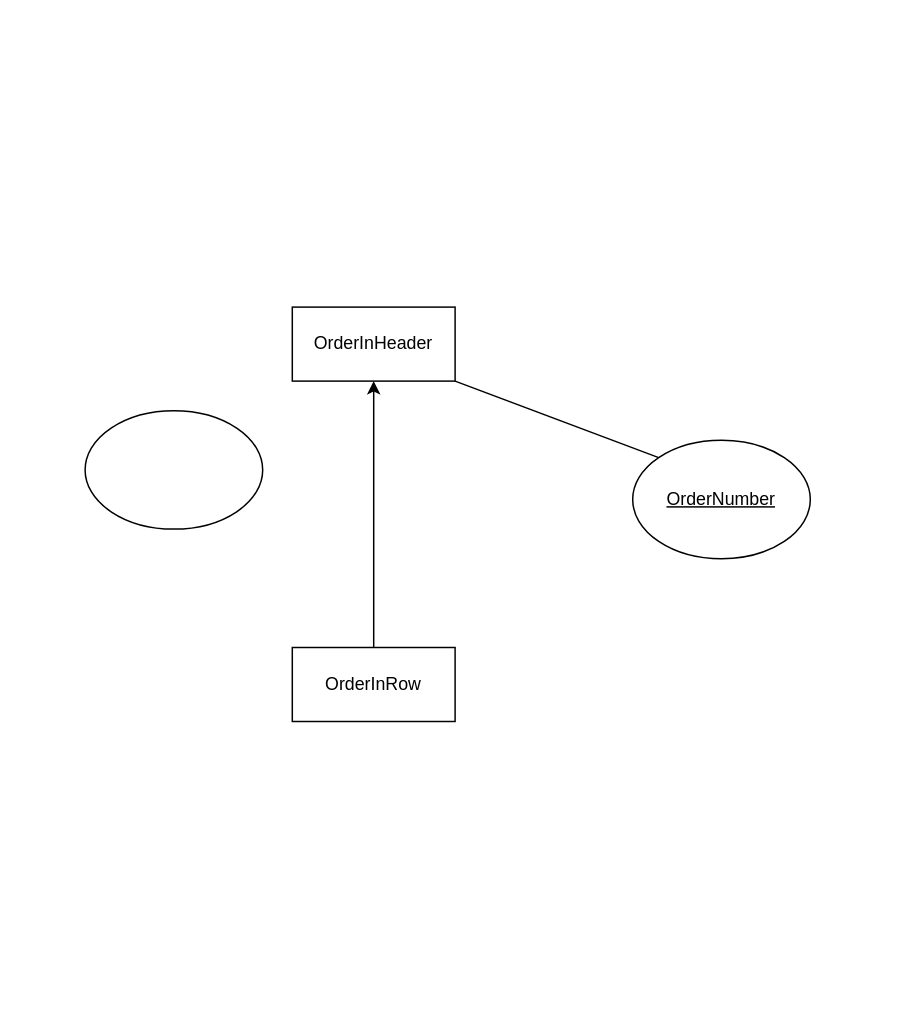
This is Megnevezetlen diagram.drawio from Fabbernat/-ARCHIVE-Adatbazis_projektmunka_scratch, a draw.io file, before an edit. Source tidied: cells renumbered, new cells numbered last; positions are measured from the earlier drawing's top-left corner, leaving out a move shared by most shapes. Both pictures are drawn from the tidied source at 148%, with x=0, y=0 at pixel (84, 306).
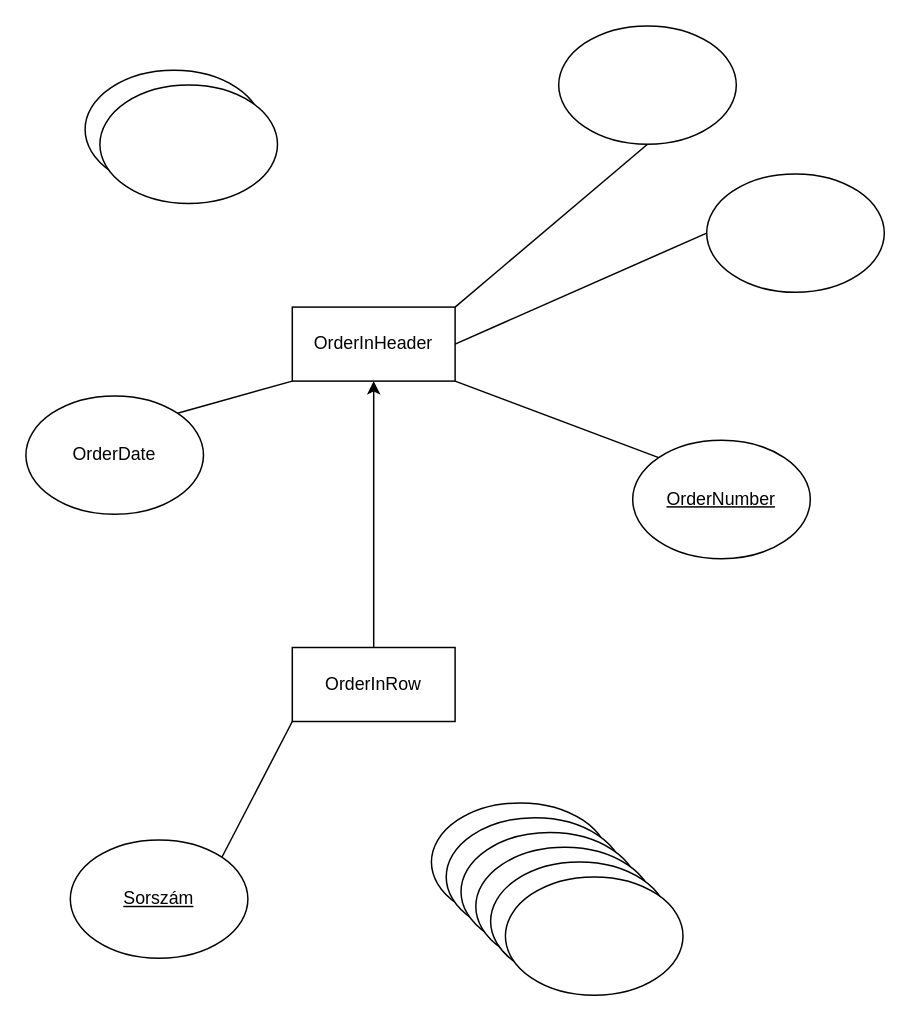
The same page after the edit.

Unchanged cells that the change refers to:
```xml
<mxCell id="2" value="OrderInHeader" style="html=1;whiteSpace=wrap;" parent="1" vertex="1">
  <mxGeometry x="140" width="110" height="50" as="geometry" />
</mxCell>
<mxCell id="3" value="OrderInRow" style="html=1;whiteSpace=wrap;" parent="1" vertex="1">
  <mxGeometry x="140" y="230" width="110" height="50" as="geometry" />
</mxCell>
```

Diff of the diagram source:
```diff
@@
-    <mxCell id="6" style="ellipse;whiteSpace=wrap;html=1;" parent="1" vertex="1">
-      <mxGeometry y="70" width="120" height="80" as="geometry" />
+    <mxCell id="6" value="OrderDate" style="ellipse;whiteSpace=wrap;html=1;" parent="1" vertex="1">
+      <mxGeometry x="-40" y="60" width="120" height="80" as="geometry" />
     </mxCell>
@@
+    <mxCell id="8" style="endArrow=none;html=1;rounded=0;exitX=1;exitY=0;exitDx=0;exitDy=0;entryX=0;entryY=1;entryDx=0;entryDy=0;" parent="1" edge="1" source="6" target="2">
+      <mxGeometry relative="1" as="geometry" />
+    </mxCell>
+    <mxCell id="9" value="&lt;u&gt;Sorszám&lt;/u&gt;" style="ellipse;whiteSpace=wrap;html=1;" parent="1" vertex="1">
+      <mxGeometry x="-10" y="360" width="120" height="80" as="geometry" />
+    </mxCell>
+    <mxCell id="10" style="endArrow=none;html=1;rounded=0;exitX=1;exitY=0;exitDx=0;exitDy=0;entryX=0.5;entryY=1;entryDx=0;entryDy=0;" parent="1" edge="1" source="2" target="22">
+      <mxGeometry relative="1" as="geometry" />
+    </mxCell>
+    <mxCell id="11" style="endArrow=none;html=1;rounded=0;exitX=1;exitY=0.5;exitDx=0;exitDy=0;entryX=0;entryY=0.5;entryDx=0;entryDy=0;" parent="1" edge="1" source="2" target="21">
+      <mxGeometry relative="1" as="geometry" />
+    </mxCell>
+    <mxCell id="12" style="endArrow=none;html=1;rounded=0;exitX=1;exitY=0;exitDx=0;exitDy=0;entryX=0;entryY=1;entryDx=0;entryDy=0;" parent="1" edge="1" source="9" target="3">
+      <mxGeometry relative="1" as="geometry" />
+    </mxCell>
+    <mxCell id="13" style="ellipse;whiteSpace=wrap;html=1;" parent="1" vertex="1">
+      <mxGeometry x="234" y="335" width="120" height="80" as="geometry" />
+    </mxCell>
+    <mxCell id="14" style="ellipse;whiteSpace=wrap;html=1;" parent="1" vertex="1">
+      <mxGeometry x="244" y="345" width="120" height="80" as="geometry" />
+    </mxCell>
+    <mxCell id="15" style="ellipse;whiteSpace=wrap;html=1;" parent="1" vertex="1">
+      <mxGeometry x="254" y="355" width="120" height="80" as="geometry" />
+    </mxCell>
+    <mxCell id="16" style="ellipse;whiteSpace=wrap;html=1;" parent="1" vertex="1">
+      <mxGeometry x="264" y="365" width="120" height="80" as="geometry" />
+    </mxCell>
+    <mxCell id="17" style="ellipse;whiteSpace=wrap;html=1;" parent="1" vertex="1">
+      <mxGeometry x="274" y="375" width="120" height="80" as="geometry" />
+    </mxCell>
+    <mxCell id="18" style="ellipse;whiteSpace=wrap;html=1;" parent="1" vertex="1">
+      <mxGeometry x="284" y="385" width="120" height="80" as="geometry" />
+    </mxCell>
+    <mxCell id="19" style="ellipse;whiteSpace=wrap;html=1;" parent="1" vertex="1">
+      <mxGeometry y="-160" width="120" height="80" as="geometry" />
+    </mxCell>
+    <mxCell id="20" style="ellipse;whiteSpace=wrap;html=1;" parent="1" vertex="1">
+      <mxGeometry x="10" y="-150" width="120" height="80" as="geometry" />
+    </mxCell>
+    <mxCell id="21" style="ellipse;whiteSpace=wrap;html=1;" parent="1" vertex="1">
+      <mxGeometry x="420" y="-90" width="120" height="80" as="geometry" />
+    </mxCell>
+    <mxCell id="22" style="ellipse;whiteSpace=wrap;html=1;" parent="1" vertex="1">
+      <mxGeometry x="320" y="-190" width="120" height="80" as="geometry" />
+    </mxCell>
```
